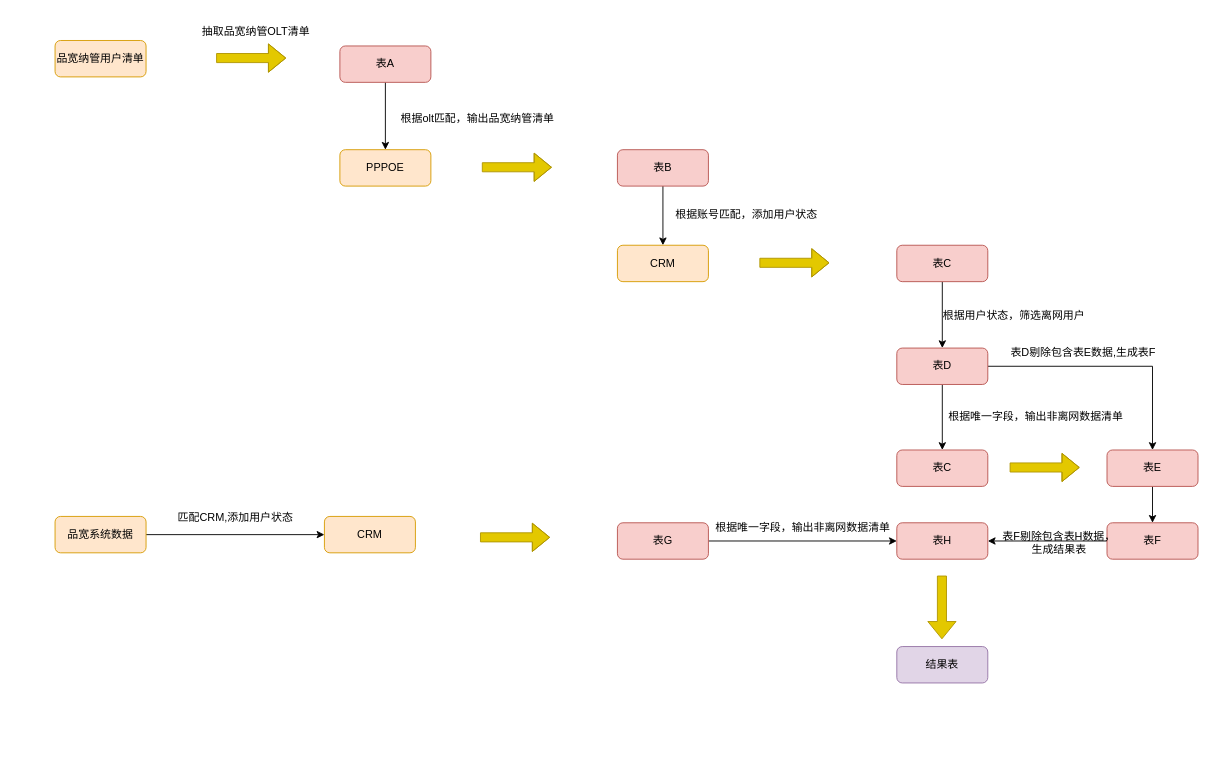
The draw.io diagram 算法流程2.drawio in BJPotter/drawio, before the edit. Source tidied: cells renumbered, new cells numbered last; positions are measured from the earlier drawing's top-left corner, leaving out a move shared by most shapes. Both pictures are drawn from the tidied source at 91%, with x=0, y=0 at pixel (55, 18).
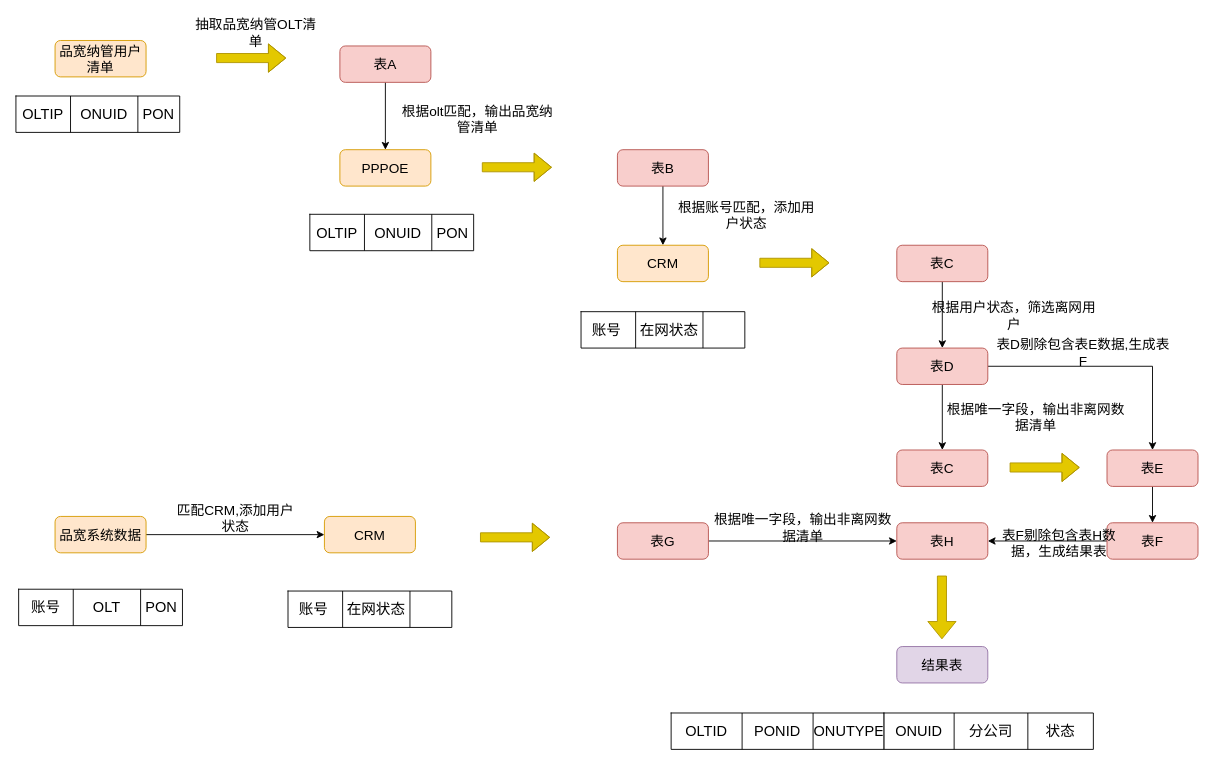
After the change.

Commit message:
更新算法流程2.drawio

What changed in the source:
```diff
@@
-    <mxCell id="2" value="品宽纳管用户清单" style="rounded=1;whiteSpace=wrap;html=1;fillColor=#ffe6cc;strokeColor=#d79b00;" parent="1" vertex="1">
+    <mxCell id="2" value="品宽纳管用户清单" style="rounded=1;whiteSpace=wrap;html=1;fillColor=#ffe6cc;strokeColor=#d79b00;fontSize=15;" parent="1" vertex="1">
       <mxGeometry y="24" width="100" height="40" as="geometry" />
     </mxCell>
@@
-    <mxCell id="4" value="抽取品宽纳管OLT清单" style="text;html=1;align=center;verticalAlign=middle;whiteSpace=wrap;rounded=0;" parent="1" vertex="1">
+    <mxCell id="4" value="抽取品宽纳管OLT清单" style="text;html=1;align=center;verticalAlign=middle;whiteSpace=wrap;rounded=0;fontSize=15;" parent="1" vertex="1">
       <mxGeometry x="152" width="138" height="30" as="geometry" />
     </mxCell>
@@
-    <mxCell id="6" value="表A" style="rounded=1;whiteSpace=wrap;html=1;fillColor=#f8cecc;strokeColor=#b85450;" parent="1" vertex="1">
+    <mxCell id="6" value="表A" style="rounded=1;whiteSpace=wrap;html=1;fillColor=#f8cecc;strokeColor=#b85450;fontSize=15;" parent="1" vertex="1">
       <mxGeometry x="313" y="30" width="100" height="40" as="geometry" />
     </mxCell>
-    <mxCell id="7" value="PPPOE" style="rounded=1;whiteSpace=wrap;html=1;fillColor=#ffe6cc;strokeColor=#d79b00;" parent="1" vertex="1">
+    <mxCell id="7" value="PPPOE" style="rounded=1;whiteSpace=wrap;html=1;fillColor=#ffe6cc;strokeColor=#d79b00;fontSize=15;" parent="1" vertex="1">
       <mxGeometry x="313" y="144" width="100" height="40" as="geometry" />
     </mxCell>
-    <mxCell id="8" value="根据olt匹配，输出品宽纳管清单" style="text;html=1;align=center;verticalAlign=middle;whiteSpace=wrap;rounded=0;" parent="1" vertex="1">
+    <mxCell id="8" value="根据olt匹配，输出品宽纳管清单" style="text;html=1;align=center;verticalAlign=middle;whiteSpace=wrap;rounded=0;fontSize=15;" parent="1" vertex="1">
       <mxGeometry x="374" y="95" width="181" height="30" as="geometry" />
     </mxCell>
@@
-    <mxCell id="11" value="表B" style="rounded=1;whiteSpace=wrap;html=1;fillColor=#f8cecc;strokeColor=#b85450;" parent="1" vertex="1">
+    <mxCell id="11" value="表B" style="rounded=1;whiteSpace=wrap;html=1;fillColor=#f8cecc;strokeColor=#b85450;fontSize=15;" parent="1" vertex="1">
       <mxGeometry x="618" y="144" width="100" height="40" as="geometry" />
     </mxCell>
-    <mxCell id="12" value="CRM" style="rounded=1;whiteSpace=wrap;html=1;fillColor=#ffe6cc;strokeColor=#d79b00;" parent="1" vertex="1">
+    <mxCell id="12" value="CRM" style="rounded=1;whiteSpace=wrap;html=1;fillColor=#ffe6cc;strokeColor=#d79b00;fontSize=15;" parent="1" vertex="1">
       <mxGeometry x="618" y="249" width="100" height="40" as="geometry" />
     </mxCell>
@@
-    <mxCell id="15" value="表C" style="rounded=1;whiteSpace=wrap;html=1;fillColor=#f8cecc;strokeColor=#b85450;" parent="1" vertex="1">
+    <mxCell id="15" value="表C" style="rounded=1;whiteSpace=wrap;html=1;fillColor=#f8cecc;strokeColor=#b85450;fontSize=15;" parent="1" vertex="1">
       <mxGeometry x="925" y="249" width="100" height="40" as="geometry" />
     </mxCell>
-    <mxCell id="16" value="根据账号匹配，添加用户状态" style="text;html=1;align=center;verticalAlign=middle;whiteSpace=wrap;rounded=0;" parent="1" vertex="1">
+    <mxCell id="16" value="根据账号匹配，添加用户状态" style="text;html=1;align=center;verticalAlign=middle;whiteSpace=wrap;rounded=0;fontSize=15;" parent="1" vertex="1">
       <mxGeometry x="677" y="201" width="166" height="30" as="geometry" />
     </mxCell>
@@
-    <mxCell id="19" value="表D" style="rounded=1;whiteSpace=wrap;html=1;fillColor=#f8cecc;strokeColor=#b85450;" parent="1" vertex="1">
+    <mxCell id="19" value="表D" style="rounded=1;whiteSpace=wrap;html=1;fillColor=#f8cecc;strokeColor=#b85450;fontSize=15;" parent="1" vertex="1">
       <mxGeometry x="925" y="362" width="100" height="40" as="geometry" />
     </mxCell>
-    <mxCell id="20" value="根据用户状态，筛选离网用户" style="text;html=1;align=center;verticalAlign=middle;whiteSpace=wrap;rounded=0;" parent="1" vertex="1">
+    <mxCell id="20" value="根据用户状态，筛选离网用户" style="text;html=1;align=center;verticalAlign=middle;whiteSpace=wrap;rounded=0;fontSize=15;" parent="1" vertex="1">
       <mxGeometry x="962" y="311" width="184" height="30" as="geometry" />
     </mxCell>
-    <mxCell id="21" value="表C" style="rounded=1;whiteSpace=wrap;html=1;fillColor=#f8cecc;strokeColor=#b85450;" parent="1" vertex="1">
+    <mxCell id="21" value="表C" style="rounded=1;whiteSpace=wrap;html=1;fillColor=#f8cecc;strokeColor=#b85450;fontSize=15;" parent="1" vertex="1">
       <mxGeometry x="925" y="474" width="100" height="40" as="geometry" />
     </mxCell>
@@
-    <mxCell id="23" value="表E" style="rounded=1;whiteSpace=wrap;html=1;fillColor=#f8cecc;strokeColor=#b85450;" parent="1" vertex="1">
+    <mxCell id="23" value="表E" style="rounded=1;whiteSpace=wrap;html=1;fillColor=#f8cecc;strokeColor=#b85450;fontSize=15;" parent="1" vertex="1">
       <mxGeometry x="1156" y="474" width="100" height="40" as="geometry" />
     </mxCell>
@@
-    <mxCell id="26" value="表F" style="rounded=1;whiteSpace=wrap;html=1;fillColor=#f8cecc;strokeColor=#b85450;" parent="1" vertex="1">
+    <mxCell id="26" value="表F" style="rounded=1;whiteSpace=wrap;html=1;fillColor=#f8cecc;strokeColor=#b85450;fontSize=15;" parent="1" vertex="1">
       <mxGeometry x="1156" y="554" width="100" height="40" as="geometry" />
     </mxCell>
@@
-    <mxCell id="28" value="品宽系统数据" style="rounded=1;whiteSpace=wrap;html=1;fillColor=#ffe6cc;strokeColor=#d79b00;" parent="1" vertex="1">
+    <mxCell id="28" value="品宽系统数据" style="rounded=1;whiteSpace=wrap;html=1;fillColor=#ffe6cc;strokeColor=#d79b00;fontSize=15;" parent="1" vertex="1">
       <mxGeometry y="547" width="100" height="40" as="geometry" />
     </mxCell>
-    <mxCell id="29" value="CRM" style="rounded=1;whiteSpace=wrap;html=1;fillColor=#ffe6cc;strokeColor=#d79b00;" parent="1" vertex="1">
+    <mxCell id="29" value="CRM" style="rounded=1;whiteSpace=wrap;html=1;fillColor=#ffe6cc;strokeColor=#d79b00;fontSize=15;" parent="1" vertex="1">
       <mxGeometry x="296" y="547" width="100" height="40" as="geometry" />
     </mxCell>
-    <mxCell id="30" value="匹配CRM,添加用户状态" style="text;html=1;align=center;verticalAlign=middle;whiteSpace=wrap;rounded=0;" parent="1" vertex="1">
+    <mxCell id="30" value="匹配CRM,添加用户状态" style="text;html=1;align=center;verticalAlign=middle;whiteSpace=wrap;rounded=0;fontSize=15;" parent="1" vertex="1">
       <mxGeometry x="132" y="534" width="133" height="30" as="geometry" />
     </mxCell>
@@
-    <mxCell id="33" value="表G" style="rounded=1;whiteSpace=wrap;html=1;fillColor=#f8cecc;strokeColor=#b85450;" parent="1" vertex="1">
+    <mxCell id="33" value="表G" style="rounded=1;whiteSpace=wrap;html=1;fillColor=#f8cecc;strokeColor=#b85450;fontSize=15;" parent="1" vertex="1">
       <mxGeometry x="618" y="554" width="100" height="40" as="geometry" />
     </mxCell>
-    <mxCell id="34" value="结果表" style="rounded=1;whiteSpace=wrap;html=1;fillColor=#e1d5e7;strokeColor=#9673a6;" parent="1" vertex="1">
+    <mxCell id="34" value="结果表" style="rounded=1;whiteSpace=wrap;html=1;fillColor=#e1d5e7;strokeColor=#9673a6;fontSize=15;" parent="1" vertex="1">
       <mxGeometry x="925" y="690" width="100" height="40" as="geometry" />
     </mxCell>
-    <mxCell id="35" value="根据唯一字段，输出非离网数据清单" style="text;html=1;align=center;verticalAlign=middle;whiteSpace=wrap;rounded=0;" parent="1" vertex="1">
+    <mxCell id="35" value="根据唯一字段，输出非离网数据清单" style="text;html=1;align=center;verticalAlign=middle;whiteSpace=wrap;rounded=0;fontSize=15;" parent="1" vertex="1">
       <mxGeometry x="978" y="423" width="200" height="30" as="geometry" />
     </mxCell>
-    <mxCell id="36" value="表D剔除包含表E数据,生成表F" style="text;html=1;align=center;verticalAlign=middle;whiteSpace=wrap;rounded=0;" parent="1" vertex="1">
+    <mxCell id="36" value="表D剔除包含表E数据,生成表F" style="text;html=1;align=center;verticalAlign=middle;whiteSpace=wrap;rounded=0;fontSize=15;" parent="1" vertex="1">
       <mxGeometry x="1030" y="352" width="200" height="30" as="geometry" />
     </mxCell>
-    <mxCell id="37" value="表H" style="rounded=1;whiteSpace=wrap;html=1;fillColor=#f8cecc;strokeColor=#b85450;" parent="1" vertex="1">
+    <mxCell id="37" value="表H" style="rounded=1;whiteSpace=wrap;html=1;fillColor=#f8cecc;strokeColor=#b85450;fontSize=15;" parent="1" vertex="1">
       <mxGeometry x="925" y="554" width="100" height="40" as="geometry" />
     </mxCell>
-    <mxCell id="38" value="根据唯一字段，输出非离网数据清单" style="text;html=1;align=center;verticalAlign=middle;whiteSpace=wrap;rounded=0;" parent="1" vertex="1">
+    <mxCell id="38" value="根据唯一字段，输出非离网数据清单" style="text;html=1;align=center;verticalAlign=middle;whiteSpace=wrap;rounded=0;fontSize=15;" parent="1" vertex="1">
       <mxGeometry x="722" y="544" width="200" height="30" as="geometry" />
     </mxCell>
-    <mxCell id="39" value="表F剔除包含表H数据，生成结果表" style="text;html=1;align=center;verticalAlign=middle;whiteSpace=wrap;rounded=0;" parent="1" vertex="1">
+    <mxCell id="39" value="表F剔除包含表H数据，生成结果表" style="text;html=1;align=center;verticalAlign=middle;whiteSpace=wrap;rounded=0;fontSize=15;" parent="1" vertex="1">
       <mxGeometry x="1038" y="541" width="131" height="70" as="geometry" />
     </mxCell>
@@
+    <mxCell id="41" style="shape=table;startSize=0;childLayout=tableLayout;fontSize=16;" parent="1" vertex="1">
+      <mxGeometry x="-43" y="85" width="180" height="40" as="geometry" />
+    </mxCell>
+    <mxCell id="42" style="shape=tableRow;horizontal=0;startSize=0;swimlaneHead=0;swimlaneBody=0;strokeColor=inherit;top=0;left=0;bottom=0;right=0;fillColor=none;fontSize=16;" parent="41" vertex="1">
+      <mxGeometry width="180" height="40" as="geometry" />
+    </mxCell>
+    <mxCell id="43" value="OLTIP" style="shape=partialRectangle;html=1;whiteSpace=wrap;strokeColor=inherit;overflow=hidden;fillColor=none;top=0;left=0;bottom=0;right=0;fontSize=16;" parent="42" vertex="1">
+      <mxGeometry width="60" height="40" as="geometry" />
+    </mxCell>
+    <mxCell id="44" value="ONUID" style="shape=partialRectangle;html=1;whiteSpace=wrap;strokeColor=inherit;overflow=hidden;fillColor=none;top=0;left=0;bottom=0;right=0;fontSize=16;" parent="42" vertex="1">
+      <mxGeometry x="60" width="74" height="40" as="geometry" />
+    </mxCell>
+    <mxCell id="45" value="PON" style="shape=partialRectangle;html=1;whiteSpace=wrap;strokeColor=inherit;overflow=hidden;fillColor=none;top=0;left=0;bottom=0;right=0;fontSize=16;" parent="42" vertex="1">
+      <mxGeometry x="134" width="46" height="40" as="geometry" />
+    </mxCell>
+    <mxCell id="46" style="shape=table;startSize=0;childLayout=tableLayout;fontSize=16;" parent="1" vertex="1">
+      <mxGeometry x="-40" y="627" width="180" height="40" as="geometry" />
+    </mxCell>
+    <mxCell id="47" style="shape=tableRow;horizontal=0;startSize=0;swimlaneHead=0;swimlaneBody=0;strokeColor=inherit;top=0;left=0;bottom=0;right=0;fillColor=none;fontSize=16;" parent="46" vertex="1">
+      <mxGeometry width="180" height="40" as="geometry" />
+    </mxCell>
+    <mxCell id="48" value="账号" style="shape=partialRectangle;html=1;whiteSpace=wrap;strokeColor=inherit;overflow=hidden;fillColor=none;top=0;left=0;bottom=0;right=0;fontSize=16;" parent="47" vertex="1">
+      <mxGeometry width="60" height="40" as="geometry" />
+    </mxCell>
+    <mxCell id="49" value="OLT" style="shape=partialRectangle;html=1;whiteSpace=wrap;strokeColor=inherit;overflow=hidden;fillColor=none;top=0;left=0;bottom=0;right=0;fontSize=16;" parent="47" vertex="1">
+      <mxGeometry x="60" width="74" height="40" as="geometry" />
+    </mxCell>
+    <mxCell id="50" value="PON" style="shape=partialRectangle;html=1;whiteSpace=wrap;strokeColor=inherit;overflow=hidden;fillColor=none;top=0;left=0;bottom=0;right=0;fontSize=16;" parent="47" vertex="1">
+      <mxGeometry x="134" width="46" height="40" as="geometry" />
+    </mxCell>
+    <mxCell id="51" style="shape=table;startSize=0;childLayout=tableLayout;fontSize=16;" parent="1" vertex="1">
+      <mxGeometry x="280" y="215" width="180" height="40" as="geometry" />
+    </mxCell>
+    <mxCell id="52" style="shape=tableRow;horizontal=0;startSize=0;swimlaneHead=0;swimlaneBody=0;strokeColor=inherit;top=0;left=0;bottom=0;right=0;fillColor=none;fontSize=16;" parent="51" vertex="1">
+      <mxGeometry width="180" height="40" as="geometry" />
+    </mxCell>
+    <mxCell id="53" value="OLTIP" style="shape=partialRectangle;html=1;whiteSpace=wrap;strokeColor=inherit;overflow=hidden;fillColor=none;top=0;left=0;bottom=0;right=0;fontSize=16;" parent="52" vertex="1">
+      <mxGeometry width="60" height="40" as="geometry" />
+    </mxCell>
+    <mxCell id="54" value="ONUID" style="shape=partialRectangle;html=1;whiteSpace=wrap;strokeColor=inherit;overflow=hidden;fillColor=none;top=0;left=0;bottom=0;right=0;fontSize=16;" parent="52" vertex="1">
+      <mxGeometry x="60" width="74" height="40" as="geometry" />
+    </mxCell>
+    <mxCell id="55" value="PON" style="shape=partialRectangle;html=1;whiteSpace=wrap;strokeColor=inherit;overflow=hidden;fillColor=none;top=0;left=0;bottom=0;right=0;fontSize=16;" parent="52" vertex="1">
+      <mxGeometry x="134" width="46" height="40" as="geometry" />
+    </mxCell>
+    <mxCell id="56" style="shape=table;startSize=0;childLayout=tableLayout;fontSize=16;" parent="1" vertex="1">
+      <mxGeometry x="578" y="322" width="180" height="40" as="geometry" />
+    </mxCell>
+    <mxCell id="57" style="shape=tableRow;horizontal=0;startSize=0;swimlaneHead=0;swimlaneBody=0;strokeColor=inherit;top=0;left=0;bottom=0;right=0;fillColor=none;fontSize=16;" parent="56" vertex="1">
+      <mxGeometry width="180" height="40" as="geometry" />
+    </mxCell>
+    <mxCell id="58" value="账号&lt;span style=&quot;white-space: pre;&quot;&gt;&#9;&lt;/span&gt;" style="shape=partialRectangle;html=1;whiteSpace=wrap;strokeColor=inherit;overflow=hidden;fillColor=none;top=0;left=0;bottom=0;right=0;fontSize=16;" parent="57" vertex="1">
+      <mxGeometry width="60" height="40" as="geometry" />
+    </mxCell>
+    <mxCell id="59" value="在网状态" style="shape=partialRectangle;html=1;whiteSpace=wrap;strokeColor=inherit;overflow=hidden;fillColor=none;top=0;left=0;bottom=0;right=0;fontSize=16;" parent="57" vertex="1">
+      <mxGeometry x="60" width="74" height="40" as="geometry" />
+    </mxCell>
+    <mxCell id="60" style="shape=partialRectangle;html=1;whiteSpace=wrap;strokeColor=inherit;overflow=hidden;fillColor=none;top=0;left=0;bottom=0;right=0;fontSize=16;" parent="57" vertex="1">
+      <mxGeometry x="134" width="46" height="40" as="geometry" />
+    </mxCell>
+    <mxCell id="61" style="shape=table;startSize=0;childLayout=tableLayout;fontSize=16;" parent="1" vertex="1">
+      <mxGeometry x="256" y="629" width="180" height="40" as="geometry" />
+    </mxCell>
+    <mxCell id="62" style="shape=tableRow;horizontal=0;startSize=0;swimlaneHead=0;swimlaneBody=0;strokeColor=inherit;top=0;left=0;bottom=0;right=0;fillColor=none;fontSize=16;" parent="61" vertex="1">
+      <mxGeometry width="180" height="40" as="geometry" />
+    </mxCell>
+    <mxCell id="63" value="账号&lt;span style=&quot;white-space: pre;&quot;&gt;&#9;&lt;/span&gt;" style="shape=partialRectangle;html=1;whiteSpace=wrap;strokeColor=inherit;overflow=hidden;fillColor=none;top=0;left=0;bottom=0;right=0;fontSize=16;" parent="62" vertex="1">
+      <mxGeometry width="60" height="40" as="geometry" />
+    </mxCell>
+    <mxCell id="64" value="在网状态" style="shape=partialRectangle;html=1;whiteSpace=wrap;strokeColor=inherit;overflow=hidden;fillColor=none;top=0;left=0;bottom=0;right=0;fontSize=16;" parent="62" vertex="1">
+      <mxGeometry x="60" width="74" height="40" as="geometry" />
+    </mxCell>
+    <mxCell id="65" style="shape=partialRectangle;html=1;whiteSpace=wrap;strokeColor=inherit;overflow=hidden;fillColor=none;top=0;left=0;bottom=0;right=0;fontSize=16;" parent="62" vertex="1">
+      <mxGeometry x="134" width="46" height="40" as="geometry" />
+    </mxCell>
+    <mxCell id="66" style="shape=table;startSize=0;childLayout=tableLayout;fontSize=16;" parent="1" vertex="1">
+      <mxGeometry x="677" y="763" width="234" height="40" as="geometry" />
+    </mxCell>
+    <mxCell id="67" style="shape=tableRow;horizontal=0;startSize=0;swimlaneHead=0;swimlaneBody=0;strokeColor=inherit;top=0;left=0;bottom=0;right=0;fillColor=none;fontSize=16;" parent="66" vertex="1">
+      <mxGeometry width="234" height="40" as="geometry" />
+    </mxCell>
+    <mxCell id="68" value="OLTID" style="shape=partialRectangle;html=1;whiteSpace=wrap;strokeColor=inherit;overflow=hidden;fillColor=none;top=0;left=0;bottom=0;right=0;fontSize=16;" parent="67" vertex="1">
+      <mxGeometry width="78" height="40" as="geometry" />
+    </mxCell>
+    <mxCell id="69" value="PONID" style="shape=partialRectangle;html=1;whiteSpace=wrap;strokeColor=inherit;overflow=hidden;fillColor=none;top=0;left=0;bottom=0;right=0;fontSize=16;" parent="67" vertex="1">
+      <mxGeometry x="78" width="78" height="40" as="geometry" />
+    </mxCell>
+    <mxCell id="70" value="ONUTYPE" style="shape=partialRectangle;html=1;whiteSpace=wrap;strokeColor=inherit;overflow=hidden;fillColor=none;top=0;left=0;bottom=0;right=0;fontSize=16;" parent="67" vertex="1">
+      <mxGeometry x="156" width="78" height="40" as="geometry" />
+    </mxCell>
+    <mxCell id="71" style="shape=table;startSize=0;childLayout=tableLayout;fontSize=16;" parent="1" vertex="1">
+      <mxGeometry x="911" y="763" width="230" height="40" as="geometry" />
+    </mxCell>
+    <mxCell id="72" style="shape=tableRow;horizontal=0;startSize=0;swimlaneHead=0;swimlaneBody=0;strokeColor=inherit;top=0;left=0;bottom=0;right=0;fillColor=none;fontSize=16;" parent="71" vertex="1">
+      <mxGeometry width="230" height="40" as="geometry" />
+    </mxCell>
+    <mxCell id="73" value="ONUID" style="shape=partialRectangle;html=1;whiteSpace=wrap;strokeColor=inherit;overflow=hidden;fillColor=none;top=0;left=0;bottom=0;right=0;fontSize=16;" parent="72" vertex="1">
+      <mxGeometry width="77" height="40" as="geometry" />
+    </mxCell>
+    <mxCell id="74" value="分公司" style="shape=partialRectangle;html=1;whiteSpace=wrap;strokeColor=inherit;overflow=hidden;fillColor=none;top=0;left=0;bottom=0;right=0;fontSize=16;" parent="72" vertex="1">
+      <mxGeometry x="77" width="81" height="40" as="geometry" />
+    </mxCell>
+    <mxCell id="75" value="状态" style="shape=partialRectangle;html=1;whiteSpace=wrap;strokeColor=inherit;overflow=hidden;fillColor=none;top=0;left=0;bottom=0;right=0;fontSize=16;" parent="72" vertex="1">
+      <mxGeometry x="158" width="72" height="40" as="geometry" />
+    </mxCell>
```
